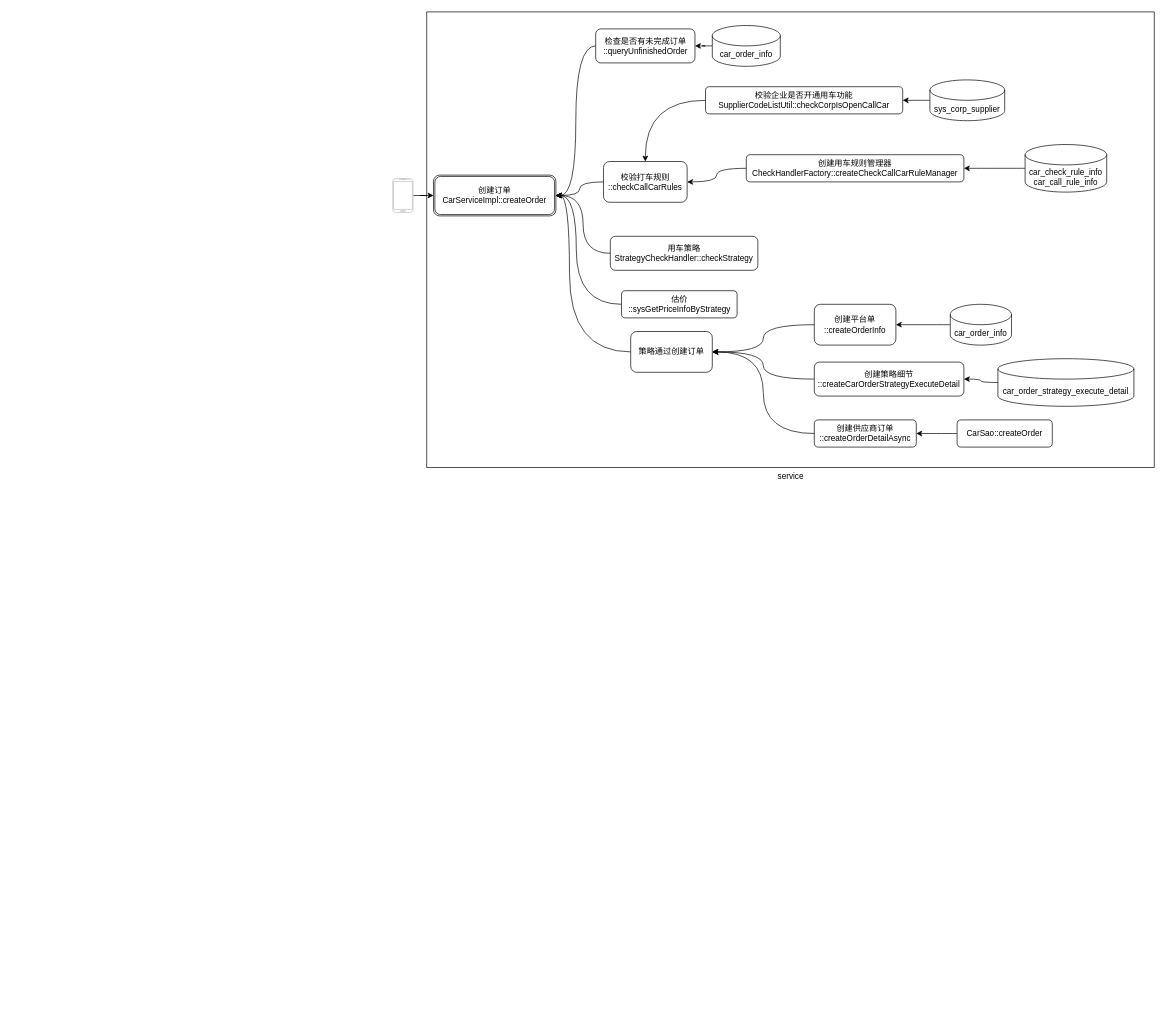
The draw.io diagram Project/yixing2/car/夜间用车.drawio in Xianzhan/amind, before the edit. Source tidied: cells renumbered, new cells numbered last; positions are measured from the earlier drawing's top-left corner, leaving out a move shared by most shapes. Both pictures are drawn from the tidied source at 68%, with x=0, y=0 at pixel (392, 12).
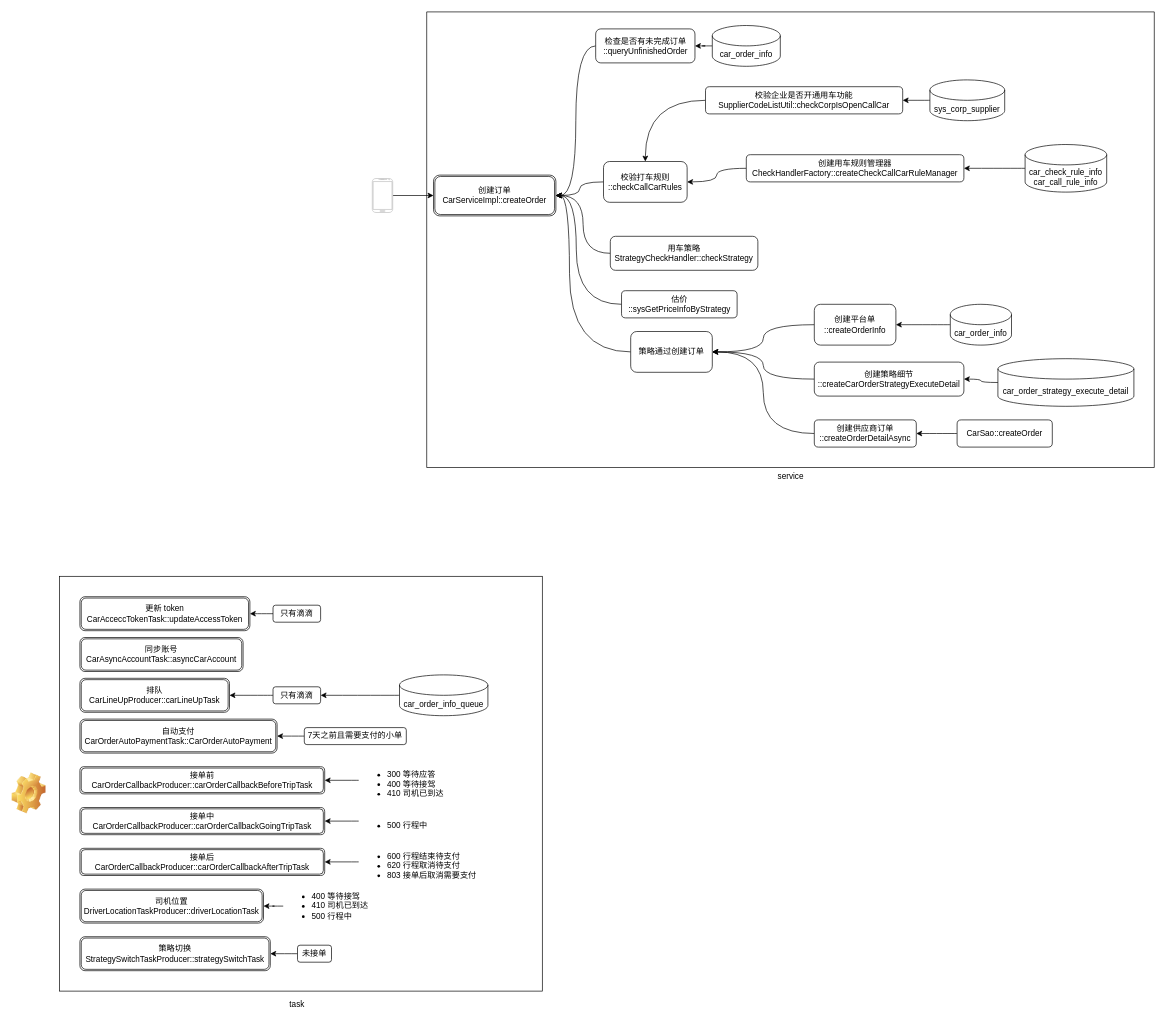
After the change.

What changed in the source:
```diff
@@
+    <mxCell id="38" style="rounded=0;whiteSpace=wrap;html=1;" parent="1" vertex="1">
+      <mxGeometry x="-490" y="830" width="710" height="610" as="geometry" />
+    </mxCell>
@@
     <mxCell id="5" style="verticalLabelPosition=bottom;verticalAlign=top;html=1;shadow=0;dashed=0;strokeWidth=1;shape=mxgraph.android.phone2;strokeColor=#c0c0c0;" parent="1" vertex="1">
-      <mxGeometry y="245" width="30" height="50" as="geometry" />
+      <mxGeometry x="-30" y="245" width="30" height="50" as="geometry" />
     </mxCell>
@@
+    <mxCell id="39" style="shape=image;html=1;verticalLabelPosition=bottom;verticalAlign=top;imageAspect=0;image=img/clipart/Gear_128x128.png;" parent="1" vertex="1">
+      <mxGeometry x="-560" y="1119" width="50" height="60" as="geometry" />
+    </mxCell>
+    <mxCell id="40" value="更新 token&lt;br&gt;CarAcceccTokenTask::updateAccessToken" style="shape=ext;double=1;rounded=1;whiteSpace=wrap;html=1;" parent="1" vertex="1">
+      <mxGeometry x="-460" y="860" width="250" height="50" as="geometry" />
+    </mxCell>
+    <mxCell id="41" value="同步账号&lt;br&gt;CarAsyncAccountTask::asyncCarAccount" style="shape=ext;double=1;rounded=1;whiteSpace=wrap;html=1;" parent="1" vertex="1">
+      <mxGeometry x="-460" y="920" width="240" height="50" as="geometry" />
+    </mxCell>
+    <mxCell id="42" value="排队&lt;br&gt;CarLineUpProducer::carLineUpTask" style="shape=ext;double=1;rounded=1;whiteSpace=wrap;html=1;" parent="1" vertex="1">
+      <mxGeometry x="-460" y="980" width="220" height="50" as="geometry" />
+    </mxCell>
+    <mxCell id="43" style="edgeStyle=orthogonalEdgeStyle;curved=1;rounded=0;jettySize=auto;html=1;" parent="1" edge="1" source="44">
+      <mxGeometry relative="1" as="geometry">
+        <mxPoint x="-210" y="885" as="targetPoint" />
+      </mxGeometry>
+    </mxCell>
+    <mxCell id="44" value="只有滴滴" style="rounded=1;whiteSpace=wrap;html=1;" parent="1" vertex="1">
+      <mxGeometry x="-176" y="872.5" width="70" height="25" as="geometry" />
+    </mxCell>
+    <mxCell id="45" style="edgeStyle=orthogonalEdgeStyle;curved=1;rounded=0;jettySize=auto;html=1;" parent="1" edge="1" source="46" target="42">
+      <mxGeometry relative="1" as="geometry" />
+    </mxCell>
+    <mxCell id="46" value="只有滴滴" style="rounded=1;whiteSpace=wrap;html=1;" parent="1" vertex="1">
+      <mxGeometry x="-176" y="992.5" width="70" height="25" as="geometry" />
+    </mxCell>
+    <mxCell id="47" style="edgeStyle=orthogonalEdgeStyle;curved=1;rounded=0;jettySize=auto;html=1;" parent="1" edge="1" source="48" target="46">
+      <mxGeometry relative="1" as="geometry" />
+    </mxCell>
+    <mxCell id="48" value="car_order_info_queue" style="shape=cylinder3;whiteSpace=wrap;html=1;boundedLbl=1;backgroundOutline=1;size=15;" parent="1" vertex="1">
+      <mxGeometry x="10" y="975" width="130" height="60" as="geometry" />
+    </mxCell>
+    <mxCell id="49" value="自动支付&lt;br&gt;CarOrderAutoPaymentTask::CarOrderAutoPayment" style="shape=ext;double=1;rounded=1;whiteSpace=wrap;html=1;" parent="1" vertex="1">
+      <mxGeometry x="-460" y="1040" width="290" height="50" as="geometry" />
+    </mxCell>
+    <mxCell id="50" style="edgeStyle=orthogonalEdgeStyle;curved=1;rounded=0;jettySize=auto;html=1;" parent="1" edge="1" source="51" target="49">
+      <mxGeometry relative="1" as="geometry" />
+    </mxCell>
+    <mxCell id="51" value="&lt;span&gt;7天之前且需要支付的小单&lt;/span&gt;" style="rounded=1;whiteSpace=wrap;html=1;" parent="1" vertex="1">
+      <mxGeometry x="-130" y="1052.5" width="150" height="25" as="geometry" />
+    </mxCell>
+    <mxCell id="52" value="接单前&lt;br&gt;CarOrderCallbackProducer::carOrderCallbackBeforeTripTask" style="shape=ext;double=1;rounded=1;whiteSpace=wrap;html=1;" parent="1" vertex="1">
+      <mxGeometry x="-460" y="1110" width="360" height="40" as="geometry" />
+    </mxCell>
+    <mxCell id="53" value="接单中&lt;br&gt;CarOrderCallbackProducer::carOrderCallbackGoingTripTask" style="shape=ext;double=1;rounded=1;whiteSpace=wrap;html=1;" parent="1" vertex="1">
+      <mxGeometry x="-460" y="1170" width="360" height="40" as="geometry" />
+    </mxCell>
+    <mxCell id="54" value="接单后&lt;br&gt;CarOrderCallbackProducer::carOrderCallbackAfterTripTask" style="shape=ext;double=1;rounded=1;whiteSpace=wrap;html=1;" parent="1" vertex="1">
+      <mxGeometry x="-460" y="1230" width="360" height="40" as="geometry" />
+    </mxCell>
+    <mxCell id="55" style="edgeStyle=orthogonalEdgeStyle;curved=1;rounded=0;jettySize=auto;html=1;" parent="1" edge="1" source="56" target="52">
+      <mxGeometry relative="1" as="geometry" />
+    </mxCell>
+    <mxCell id="56" value="&lt;ul&gt;&lt;li&gt;300 等待应答&lt;/li&gt;&lt;li&gt;400 等待接驾&lt;/li&gt;&lt;li&gt;410 司机已到达&lt;/li&gt;&lt;/ul&gt;" style="text;strokeColor=none;fillColor=none;html=1;whiteSpace=wrap;verticalAlign=middle;overflow=hidden;" parent="1" vertex="1">
+      <mxGeometry x="-50" y="1100" width="130" height="60" as="geometry" />
+    </mxCell>
+    <mxCell id="57" style="edgeStyle=orthogonalEdgeStyle;curved=1;rounded=0;jettySize=auto;html=1;" parent="1" edge="1" source="58" target="53">
+      <mxGeometry relative="1" as="geometry" />
+    </mxCell>
+    <mxCell id="58" value="&lt;ul&gt;&lt;li&gt;500 行程中&lt;/li&gt;&lt;/ul&gt;" style="text;strokeColor=none;fillColor=none;html=1;whiteSpace=wrap;verticalAlign=middle;overflow=hidden;" parent="1" vertex="1">
+      <mxGeometry x="-50" y="1175" width="110" height="30" as="geometry" />
+    </mxCell>
+    <mxCell id="59" style="edgeStyle=orthogonalEdgeStyle;curved=1;rounded=0;jettySize=auto;html=1;" parent="1" edge="1" source="60" target="54">
+      <mxGeometry relative="1" as="geometry" />
+    </mxCell>
+    <mxCell id="60" value="&lt;ul&gt;&lt;li&gt;600 行程结束待支付&lt;/li&gt;&lt;li&gt;620 行程取消待支付&lt;/li&gt;&lt;li&gt;803 接单后取消需要支付&lt;/li&gt;&lt;/ul&gt;" style="text;strokeColor=none;fillColor=none;html=1;whiteSpace=wrap;verticalAlign=middle;overflow=hidden;" parent="1" vertex="1">
+      <mxGeometry x="-50" y="1220" width="180" height="60" as="geometry" />
+    </mxCell>
+    <mxCell id="61" value="司机位置&lt;br&gt;DriverLocationTaskProducer::driverLocationTask" style="shape=ext;double=1;rounded=1;whiteSpace=wrap;html=1;" parent="1" vertex="1">
+      <mxGeometry x="-460" y="1290" width="270" height="50" as="geometry" />
+    </mxCell>
+    <mxCell id="62" value="策略切换&lt;br&gt;StrategySwitchTaskProducer::strategySwitchTask" style="shape=ext;double=1;rounded=1;whiteSpace=wrap;html=1;" parent="1" vertex="1">
+      <mxGeometry x="-460" y="1360" width="280" height="50" as="geometry" />
+    </mxCell>
+    <mxCell id="63" value="task" style="text;html=1;align=center;verticalAlign=middle;strokeColor=none;fillColor=none;" parent="1" vertex="1">
+      <mxGeometry x="-161" y="1450" width="40" height="20" as="geometry" />
+    </mxCell>
+    <mxCell id="64" style="edgeStyle=orthogonalEdgeStyle;curved=1;rounded=0;jettySize=auto;html=1;" parent="1" edge="1" source="65" target="62">
+      <mxGeometry relative="1" as="geometry" />
+    </mxCell>
+    <mxCell id="65" value="未接单" style="rounded=1;whiteSpace=wrap;html=1;" parent="1" vertex="1">
+      <mxGeometry x="-140" y="1372.5" width="50" height="25" as="geometry" />
+    </mxCell>
+    <mxCell id="66" style="edgeStyle=orthogonalEdgeStyle;curved=1;rounded=0;jettySize=auto;html=1;" parent="1" edge="1" source="67" target="61">
+      <mxGeometry relative="1" as="geometry" />
+    </mxCell>
+    <mxCell id="67" value="&lt;ul&gt;&lt;li&gt;400 等待接驾&lt;/li&gt;&lt;li&gt;410 司机已到达&lt;/li&gt;&lt;li&gt;500 行程中&lt;/li&gt;&lt;/ul&gt;" style="text;strokeColor=none;fillColor=none;html=1;whiteSpace=wrap;verticalAlign=middle;overflow=hidden;" parent="1" vertex="1">
+      <mxGeometry x="-161" y="1277.5" width="130" height="75" as="geometry" />
+    </mxCell>
```
